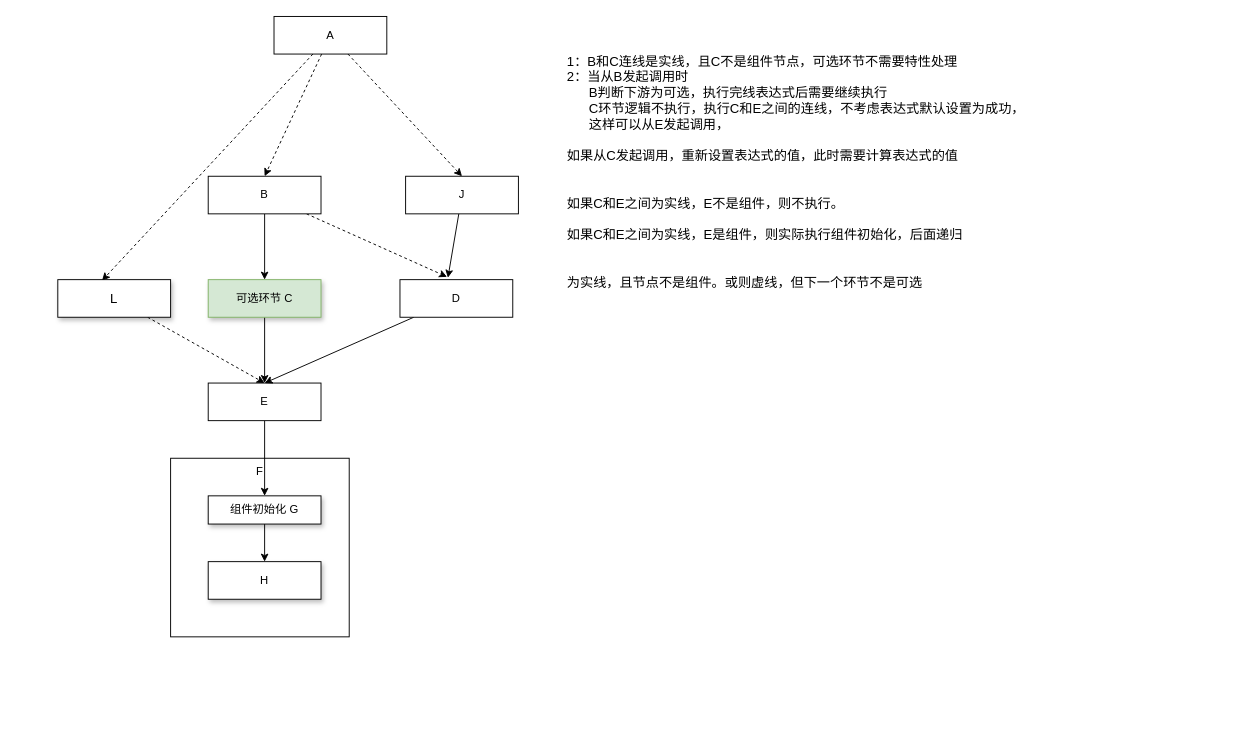
qymmdj/draw-io keeps this draw.io diagram as page "连线状态设计" (24 of 24) of 流控.drawio. Above is the earlier version. Source tidied: cells renumbered, new cells numbered last; positions are measured from the earlier drawing's top-left corner, leaving out a move shared by most shapes. Both pictures are drawn from the tidied source at 94%, with x=0, y=0 at pixel (57, 16).
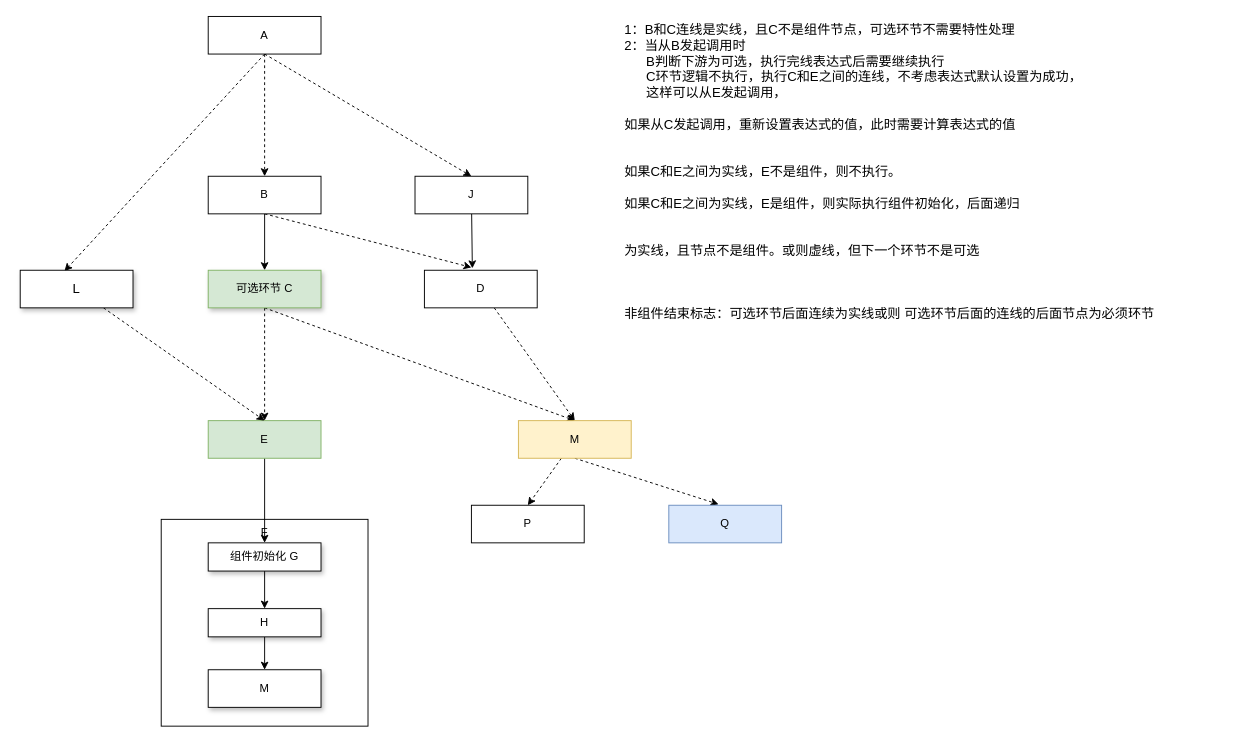
After the change.

The change refers to these unchanged cells:
```xml
<mxCell id="18" value="B" style="rounded=0;whiteSpace=wrap;html=1;" parent="1" vertex="1">
  <mxGeometry x="160" y="170" width="120" height="40" as="geometry" />
</mxCell>
```

Change to the diagram source:
```diff
@@
     <mxCell id="2" value="F" style="whiteSpace=wrap;html=1;verticalAlign=top;" parent="1" vertex="1">
-      <mxGeometry x="120" y="470" width="190" height="190" as="geometry" />
+      <mxGeometry x="110" y="535" width="220" height="220" as="geometry" />
     </mxCell>
@@
-    <mxCell id="4" style="edgeStyle=none;rounded=0;jettySize=auto;html=1;entryX=0.5;entryY=0;entryDx=0;entryDy=0;dashed=1;" parent="1" edge="1" source="6" target="21">
+    <mxCell id="4" style="edgeStyle=none;rounded=0;jettySize=auto;html=1;entryX=0.5;entryY=0;entryDx=0;entryDy=0;dashed=1;exitX=0.5;exitY=1;exitDx=0;exitDy=0;" parent="1" edge="1" source="6" target="21">
       <mxGeometry relative="1" as="geometry" />
     </mxCell>
-    <mxCell id="5" style="edgeStyle=none;rounded=0;jettySize=auto;html=1;entryX=0.392;entryY=0.025;entryDx=0;entryDy=0;entryPerimeter=0;dashed=1;fontSize=14;" parent="1" edge="1" source="6" target="23">
+    <mxCell id="5" style="edgeStyle=none;rounded=0;jettySize=auto;html=1;entryX=0.392;entryY=0.025;entryDx=0;entryDy=0;entryPerimeter=0;dashed=1;fontSize=14;exitX=0.5;exitY=1;exitDx=0;exitDy=0;" parent="1" edge="1" source="6" target="23">
       <mxGeometry relative="1" as="geometry" />
     </mxCell>
     <mxCell id="6" value="A" style="rounded=0;whiteSpace=wrap;html=1;" parent="1" vertex="1">
-      <mxGeometry x="230" width="120" height="40" as="geometry" />
+      <mxGeometry x="160" width="120" height="40" as="geometry" />
     </mxCell>
-    <mxCell id="7" style="edgeStyle=orthogonalEdgeStyle;rounded=0;jettySize=auto;html=1;" parent="1" edge="1" source="8" target="10">
+    <mxCell id="7" style="edgeStyle=orthogonalEdgeStyle;rounded=0;jettySize=auto;html=1;dashed=1;" parent="1" edge="1" source="8" target="10">
       <mxGeometry relative="1" as="geometry" />
     </mxCell>
+    <mxCell id="24" style="edgeStyle=none;rounded=0;jettySize=auto;html=1;entryX=0.5;entryY=0;entryDx=0;entryDy=0;dashed=1;fontSize=14;exitX=0.5;exitY=1;exitDx=0;exitDy=0;" parent="1" edge="1" source="8" target="28">
+      <mxGeometry relative="1" as="geometry" />
+    </mxCell>
     <mxCell id="8" value="可选环节 C" style="rounded=0;whiteSpace=wrap;html=1;shadow=1;fillColor=#d5e8d4;strokeColor=#82b366;" parent="1" vertex="1">
-      <mxGeometry x="160" y="280" width="120" height="40" as="geometry" />
+      <mxGeometry x="160" y="270" width="120" height="40" as="geometry" />
     </mxCell>
@@
-    <mxCell id="10" value="E" style="rounded=0;whiteSpace=wrap;html=1;" parent="1" vertex="1">
-      <mxGeometry x="160" y="390" width="120" height="40" as="geometry" />
+    <mxCell id="10" value="E" style="rounded=0;whiteSpace=wrap;html=1;fillColor=#d5e8d4;strokeColor=#82b366;" parent="1" vertex="1">
+      <mxGeometry x="160" y="430" width="120" height="40" as="geometry" />
     </mxCell>
-    <mxCell id="11" value="H" style="rounded=0;whiteSpace=wrap;html=1;shadow=1;" parent="1" vertex="1">
-      <mxGeometry x="160" y="580" width="120" height="40" as="geometry" />
-    </mxCell>
@@
     <mxCell id="13" value="组件初始化 G" style="rounded=0;whiteSpace=wrap;html=1;shadow=1;" parent="1" vertex="1">
-      <mxGeometry x="160" y="510" width="120" height="30" as="geometry" />
+      <mxGeometry x="160" y="560" width="120" height="30" as="geometry" />
     </mxCell>
-    <mxCell id="14" style="edgeStyle=none;rounded=0;jettySize=auto;html=1;entryX=0.5;entryY=0;entryDx=0;entryDy=0;" parent="1" edge="1" source="15" target="10">
-      <mxGeometry relative="1" as="geometry" />
-    </mxCell>
+    <mxCell id="25" style="edgeStyle=none;rounded=0;jettySize=auto;html=1;entryX=0.5;entryY=0;entryDx=0;entryDy=0;dashed=1;fontSize=14;" parent="1" edge="1" source="15" target="28">
+      <mxGeometry relative="1" as="geometry" />
+    </mxCell>
     <mxCell id="15" value="D" style="rounded=0;whiteSpace=wrap;html=1;" parent="1" vertex="1">
-      <mxGeometry x="364" y="280" width="120" height="40" as="geometry" />
+      <mxGeometry x="390" y="270" width="120" height="40" as="geometry" />
     </mxCell>
@@
-    <mxCell id="17" style="edgeStyle=none;rounded=0;jettySize=auto;html=1;entryX=0.417;entryY=-0.075;entryDx=0;entryDy=0;entryPerimeter=0;dashed=1;fontSize=14;" parent="1" edge="1" source="18" target="15">
+    <mxCell id="17" style="edgeStyle=none;rounded=0;jettySize=auto;html=1;entryX=0.417;entryY=-0.075;entryDx=0;entryDy=0;entryPerimeter=0;dashed=1;fontSize=14;exitX=0.5;exitY=1;exitDx=0;exitDy=0;" parent="1" edge="1" source="18" target="15">
       <mxGeometry relative="1" as="geometry" />
     </mxCell>
@@
-    <mxCell id="19" value="1：B和C连线是实线，且C不是组件节点，可选环节不需要特性处理&lt;br style=&quot;font-size: 14px;&quot;&gt;2：当从B发起调用时&lt;br&gt;&amp;nbsp; &amp;nbsp; &amp;nbsp; B判断下游为可选，执行完线表达式后需要继续执行&lt;br&gt;&amp;nbsp; &amp;nbsp; &amp;nbsp; C环节逻辑不执行，执行C和E之间的连线，不考虑表达式默认设置为成功，&lt;br&gt;&amp;nbsp; &amp;nbsp; &amp;nbsp; 这样可以从E发起调用，&lt;br&gt;&lt;br&gt;如果从C发起调用，重新设置表达式的值，此时需要计算表达式的值&lt;br&gt;&lt;br&gt;&lt;br&gt;如果C和E之间为实线，E不是组件，则不执行。&lt;br&gt;&lt;br&gt;如果C和E之间为实线，E是组件，则实际执行组件初始化，后面递归&lt;br&gt;&lt;br&gt;&lt;br&gt;为实线，且节点不是组件。或则虚线，但下一个环节不是可选" style="text;html=1;strokeColor=none;fillColor=none;align=left;verticalAlign=middle;whiteSpace=wrap;rounded=0;shadow=1;fontSize=14;" parent="1" vertex="1">
-      <mxGeometry x="540" y="120" width="650" height="90" as="geometry" />
+    <mxCell id="19" value="1：B和C连线是实线，且C不是组件节点，可选环节不需要特性处理&lt;br style=&quot;font-size: 14px;&quot;&gt;2：当从B发起调用时&lt;br&gt;&amp;nbsp; &amp;nbsp; &amp;nbsp; B判断下游为可选，执行完线表达式后需要继续执行&lt;br&gt;&amp;nbsp; &amp;nbsp; &amp;nbsp; C环节逻辑不执行，执行C和E之间的连线，不考虑表达式默认设置为成功，&lt;br&gt;&amp;nbsp; &amp;nbsp; &amp;nbsp; 这样可以从E发起调用，&lt;br&gt;&lt;br&gt;如果从C发起调用，重新设置表达式的值，此时需要计算表达式的值&lt;br&gt;&lt;br&gt;&lt;br&gt;如果C和E之间为实线，E不是组件，则不执行。&lt;br&gt;&lt;br&gt;如果C和E之间为实线，E是组件，则实际执行组件初始化，后面递归&lt;br&gt;&lt;br&gt;&lt;br&gt;为实线，且节点不是组件。或则虚线，但下一个环节不是可选&lt;br&gt;&lt;br&gt;&lt;br&gt;&lt;br&gt;非组件结束标志：可选环节后面连续为实线或则 可选环节后面的连线的后面节点为必须环节" style="text;html=1;strokeColor=none;fillColor=none;align=left;verticalAlign=middle;whiteSpace=wrap;rounded=0;shadow=1;fontSize=14;" parent="1" vertex="1">
+      <mxGeometry x="601" y="120" width="650" height="90" as="geometry" />
     </mxCell>
@@
     <mxCell id="21" value="J" style="rounded=0;whiteSpace=wrap;html=1;" parent="1" vertex="1">
-      <mxGeometry x="370" y="170" width="120" height="40" as="geometry" />
+      <mxGeometry x="380" y="170" width="120" height="40" as="geometry" />
     </mxCell>
@@
     <mxCell id="23" value="L" style="rounded=0;whiteSpace=wrap;html=1;shadow=1;fontSize=14;" parent="1" vertex="1">
-      <mxGeometry y="280" width="120" height="40" as="geometry" />
+      <mxGeometry x="-40" y="270" width="120" height="40" as="geometry" />
     </mxCell>
+    <mxCell id="26" style="edgeStyle=none;rounded=0;jettySize=auto;html=1;entryX=0.5;entryY=0;entryDx=0;entryDy=0;dashed=1;fontSize=14;" parent="1" edge="1" source="28" target="29">
+      <mxGeometry relative="1" as="geometry" />
+    </mxCell>
+    <mxCell id="27" style="edgeStyle=none;rounded=0;jettySize=auto;html=1;entryX=0.442;entryY=-0.025;entryDx=0;entryDy=0;entryPerimeter=0;dashed=1;fontSize=14;exitX=0.5;exitY=1;exitDx=0;exitDy=0;" parent="1" edge="1" source="28" target="30">
+      <mxGeometry relative="1" as="geometry" />
+    </mxCell>
+    <mxCell id="28" value="M" style="rounded=0;whiteSpace=wrap;html=1;fillColor=#fff2cc;strokeColor=#d6b656;" parent="1" vertex="1">
+      <mxGeometry x="490" y="430" width="120" height="40" as="geometry" />
+    </mxCell>
+    <mxCell id="29" value="P" style="rounded=0;whiteSpace=wrap;html=1;" parent="1" vertex="1">
+      <mxGeometry x="440" y="520" width="120" height="40" as="geometry" />
+    </mxCell>
+    <mxCell id="30" value="Q" style="rounded=0;whiteSpace=wrap;html=1;fillColor=#dae8fc;strokeColor=#6c8ebf;" parent="1" vertex="1">
+      <mxGeometry x="650" y="520" width="120" height="40" as="geometry" />
+    </mxCell>
+    <mxCell id="31" value="M" style="rounded=0;whiteSpace=wrap;html=1;shadow=1;" parent="1" vertex="1">
+      <mxGeometry x="160" y="695" width="120" height="40" as="geometry" />
+    </mxCell>
+    <mxCell id="32" style="edgeStyle=none;rounded=0;jettySize=auto;html=1;fontSize=14;" parent="1" edge="1" source="11" target="31">
+      <mxGeometry relative="1" as="geometry" />
+    </mxCell>
+    <mxCell id="11" value="H" style="rounded=0;whiteSpace=wrap;html=1;shadow=1;" parent="1" vertex="1">
+      <mxGeometry x="160" y="630" width="120" height="30" as="geometry" />
+    </mxCell>
```
